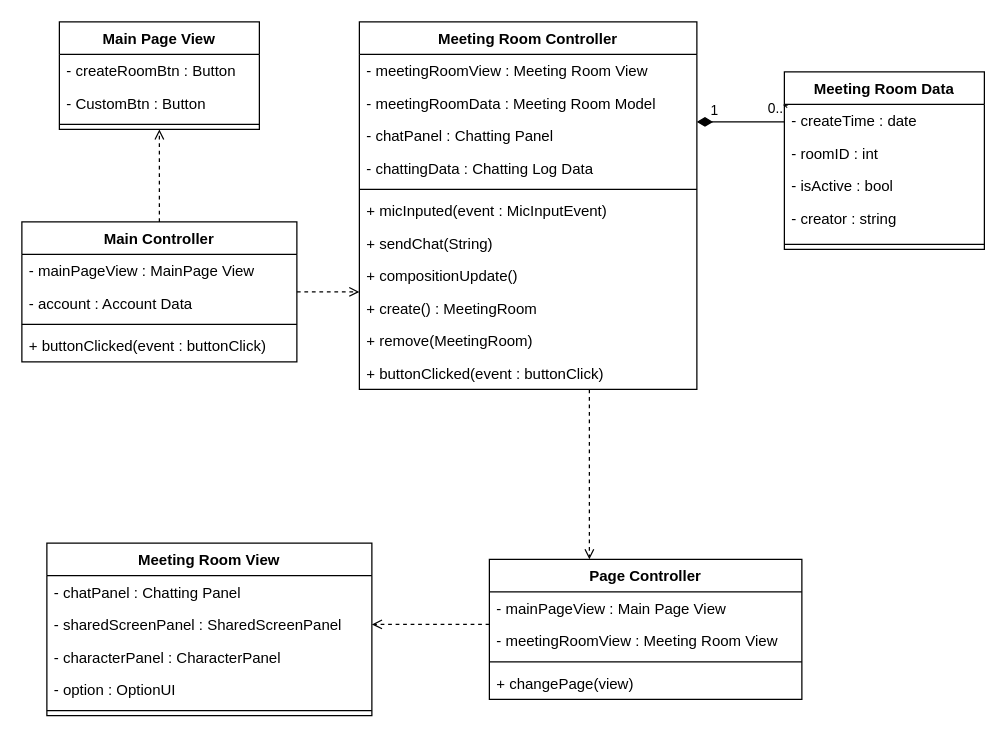
Above: CD1.drawio in ONFFLine/Diagram (draw.io), before the change. Source tidied: cells renumbered, new cells numbered last; positions are measured from the earlier drawing's top-left corner, leaving out a move shared by most shapes. Both pictures are drawn from the tidied source at 125%, with x=0, y=0 at pixel (21, 21).
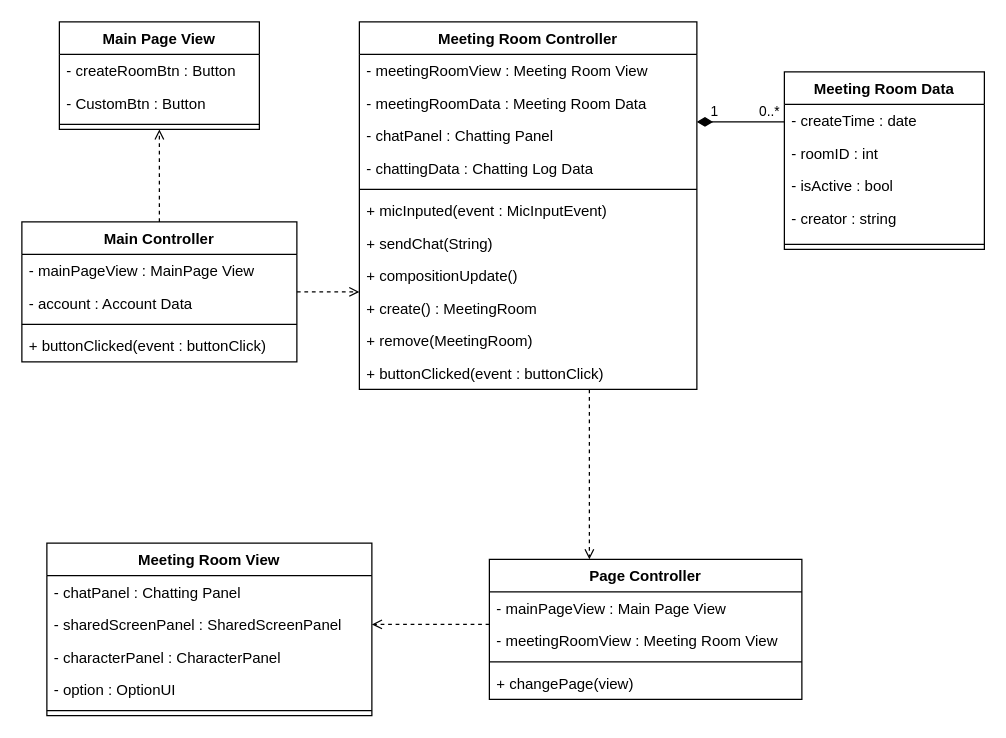
Above is the later version.

The change refers to these unchanged cells:
```xml
<mxCell id="3" value="Meeting Room Controller" style="swimlane;fontStyle=1;align=center;verticalAlign=top;horizontal=1;startSize=26;" parent="1" vertex="1">
  <mxGeometry x="270" width="270" height="294" as="geometry" />
</mxCell>
<mxCell id="38" style="edgeStyle=orthogonalEdgeStyle;rounded=0;jettySize=auto;html=1;endArrow=diamondThin;endFill=1;startSize=6;endSize=10;" parent="1" edge="1" source="41" target="3">
  <mxGeometry relative="1" as="geometry">
    <Array as="points">
      <mxPoint x="580" y="80" />
      <mxPoint x="580" y="80" />
    </Array>
  </mxGeometry>
</mxCell>
```

The edit, as a diff of the source:
```diff
@@
-    <mxCell id="5" value="- meetingRoomData : Meeting Room Model" style="text;strokeColor=none;fillColor=none;align=left;verticalAlign=top;spacingLeft=4;spacingRight=4;overflow=hidden;" parent="3" vertex="1">
+    <mxCell id="5" value="- meetingRoomData : Meeting Room Data" style="text;strokeColor=none;fillColor=none;align=left;verticalAlign=top;spacingLeft=4;spacingRight=4;overflow=hidden;" parent="3" vertex="1">
       <mxGeometry y="52" width="270" height="26" as="geometry" />
     </mxCell>
@@
     <mxCell id="39" value="0..*" style="edgeLabel;html=1;align=center;verticalAlign=middle;" parent="38" vertex="1">
       <mxGeometry x="-0.58" y="-4" relative="1" as="geometry">
-        <mxPoint x="9" y="-8" as="offset" />
+        <mxPoint x="2" y="-5" as="offset" />
       </mxGeometry>
     </mxCell>
     <mxCell id="40" value="1" style="edgeLabel;html=1;align=center;verticalAlign=middle;" parent="38" vertex="1">
       <mxGeometry x="0.64" y="-2" relative="1" as="geometry">
-        <mxPoint y="-8" as="offset" />
+        <mxPoint y="-7" as="offset" />
       </mxGeometry>
     </mxCell>
```
